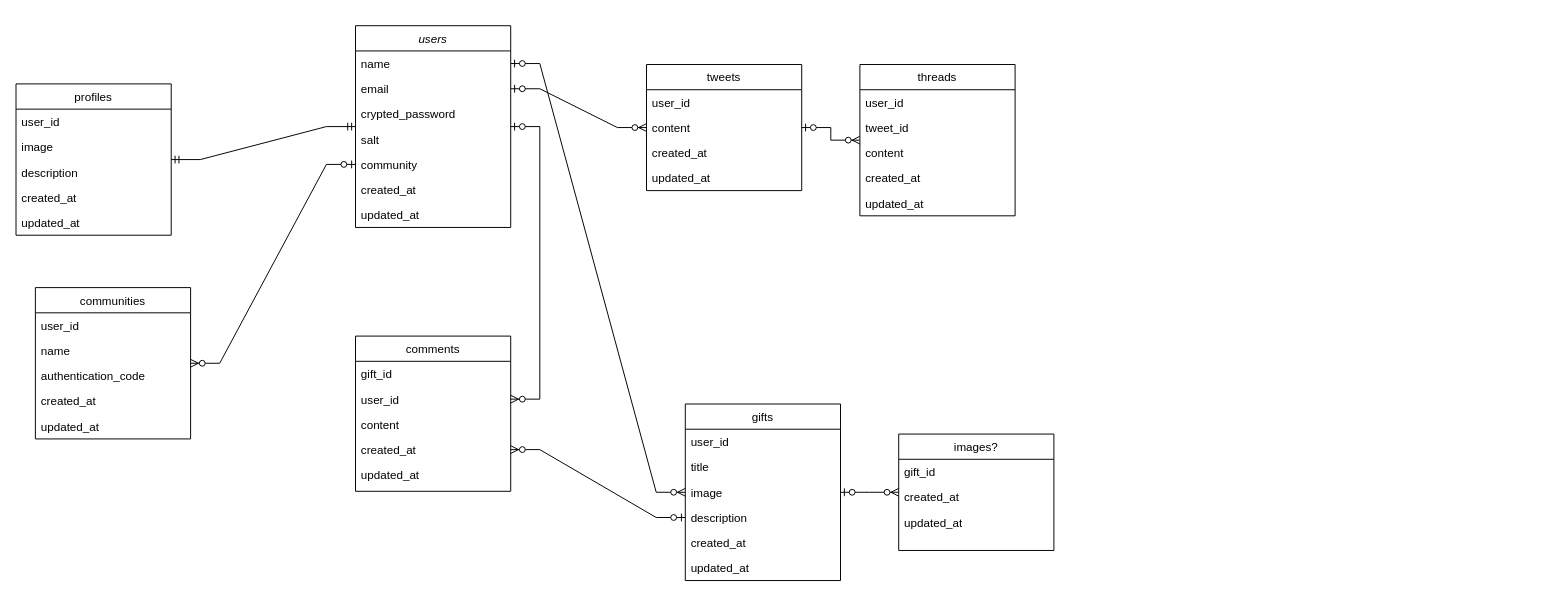
Earlier version of the draw.io diagram Untitled Diagram.drawio (kh-Golden-Retriever/portfolio). Source tidied: cells renumbered, new cells numbered last; positions are measured from the earlier drawing's top-left corner, leaving out a move shared by most shapes. Both pictures are drawn from the tidied source at 97%, with x=0, y=0 at pixel (16, 25).
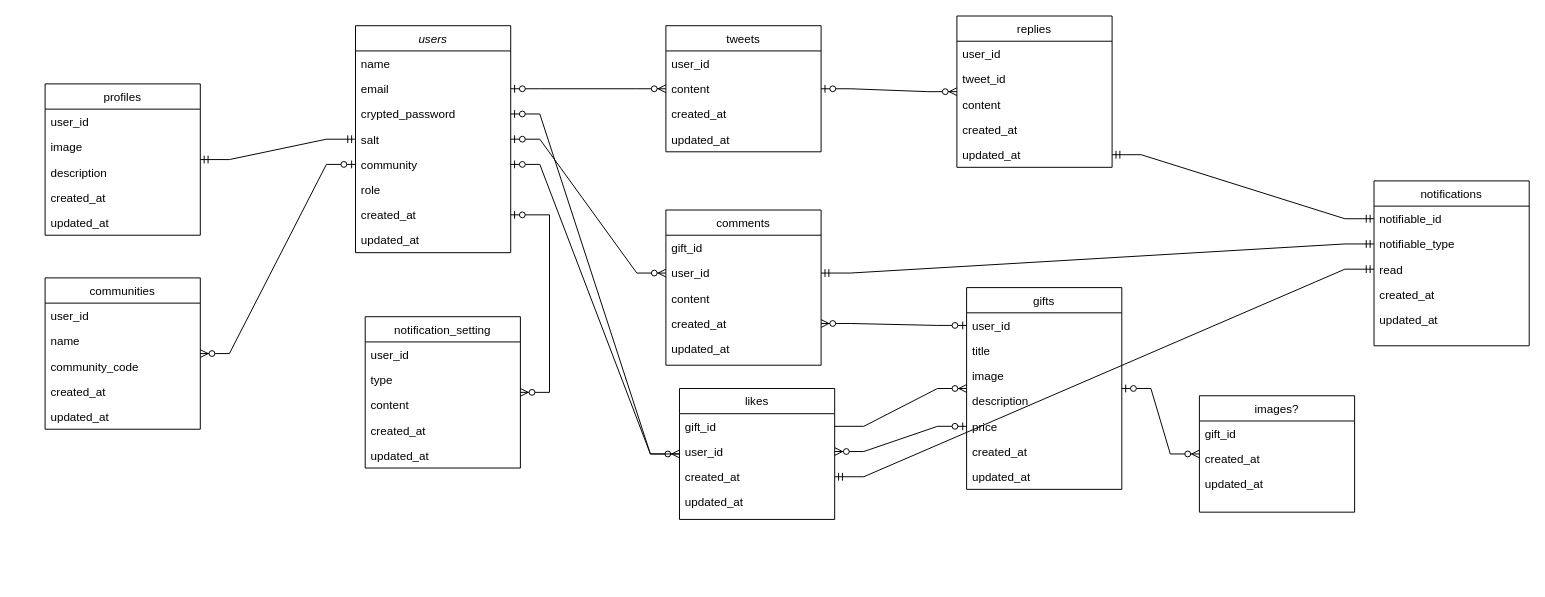
After the change.

The change refers to these unchanged cells:
```xml
<mxCell id="3" value="name" style="text;align=left;verticalAlign=top;spacingLeft=4;spacingRight=4;overflow=hidden;points=[[0,0.5],[1,0.5]];portConstraint=eastwest;" parent="2" vertex="1">
  <mxGeometry y="26" width="160" height="26" as="geometry" />
</mxCell>
<mxCell id="5" value="crypted_password" style="text;align=left;verticalAlign=top;spacingLeft=4;spacingRight=4;overflow=hidden;points=[[0,0.5],[1,0.5]];portConstraint=eastwest;" parent="2" vertex="1">
  <mxGeometry y="78" width="160" height="26" as="geometry" />
</mxCell>
<mxCell id="7" value="community" style="text;align=left;verticalAlign=top;spacingLeft=4;spacingRight=4;overflow=hidden;points=[[0,0.5],[1,0.5]];portConstraint=eastwest;" parent="2" vertex="1">
  <mxGeometry y="130" width="160" height="26" as="geometry" />
</mxCell>
<mxCell id="18" value="user_id" style="text;align=left;verticalAlign=top;spacingLeft=4;spacingRight=4;overflow=hidden;points=[[0,0.5],[1,0.5]];portConstraint=eastwest;rounded=0;shadow=0;html=0;" parent="17" vertex="1">
  <mxGeometry y="26" width="160" height="26" as="geometry" />
</mxCell>
<mxCell id="21" value="description" style="text;align=left;verticalAlign=top;spacingLeft=4;spacingRight=4;overflow=hidden;points=[[0,0.5],[1,0.5]];portConstraint=eastwest;rounded=0;shadow=0;html=0;" parent="17" vertex="1">
  <mxGeometry y="104" width="160" height="26" as="geometry" />
</mxCell>
<mxCell id="26" value="user_id" style="text;align=left;verticalAlign=top;spacingLeft=4;spacingRight=4;overflow=hidden;points=[[0,0.5],[1,0.5]];portConstraint=eastwest;rounded=0;shadow=0;html=0;" parent="24" vertex="1">
  <mxGeometry y="52" width="160" height="26" as="geometry" />
</mxCell>
<mxCell id="28" value="created_at" style="text;align=left;verticalAlign=top;spacingLeft=4;spacingRight=4;overflow=hidden;points=[[0,0.5],[1,0.5]];portConstraint=eastwest;rounded=0;shadow=0;html=0;" parent="24" vertex="1">
  <mxGeometry y="104" width="160" height="26" as="geometry" />
</mxCell>
<mxCell id="48" value="updated_at" style="text;align=left;verticalAlign=top;spacingLeft=4;spacingRight=4;overflow=hidden;points=[[0,0.5],[1,0.5]];portConstraint=eastwest;rounded=0;shadow=0;html=0;" parent="43" vertex="1">
  <mxGeometry y="130" width="160" height="26" as="geometry" />
</mxCell>
```

What changed in the source:
```diff
@@
     <mxCell id="2" value="users" style="swimlane;fontStyle=2;align=center;verticalAlign=top;horizontal=1;startSize=26;rounded=0;shadow=0;strokeWidth=1;" parent="1" vertex="1">
-      <mxGeometry x="350" width="160" height="208" as="geometry" />
+      <mxGeometry x="350" width="160" height="234" as="geometry" />
     </mxCell>
@@
+    <mxCell id="58" value="role" style="text;align=left;verticalAlign=top;spacingLeft=4;spacingRight=4;overflow=hidden;" parent="2" vertex="1">
+      <mxGeometry y="156" width="160" height="26" as="geometry" />
+    </mxCell>
     <mxCell id="8" value="created_at" style="text;align=left;verticalAlign=top;spacingLeft=4;spacingRight=4;overflow=hidden;points=[[0,0.5],[1,0.5]];portConstraint=eastwest;rounded=0;shadow=0;html=0;" parent="2" vertex="1">
-      <mxGeometry y="156" width="160" height="26" as="geometry" />
+      <mxGeometry y="182" width="160" height="26" as="geometry" />
     </mxCell>
     <mxCell id="9" value="updated_at" style="text;align=left;verticalAlign=top;spacingLeft=4;spacingRight=4;overflow=hidden;rounded=0;shadow=0;html=0;" parent="2" vertex="1">
-      <mxGeometry y="182" width="160" height="26" as="geometry" />
+      <mxGeometry y="208" width="160" height="26" as="geometry" />
     </mxCell>
     <mxCell id="10" value="profiles" style="swimlane;fontStyle=0;align=center;verticalAlign=top;horizontal=1;startSize=26;rounded=0;shadow=0;strokeWidth=1;" parent="1" vertex="1">
-      <mxGeometry y="60" width="160" height="156" as="geometry" />
+      <mxGeometry x="30" y="60" width="160" height="156" as="geometry" />
     </mxCell>
@@
     <mxCell id="17" value="gifts" style="swimlane;fontStyle=0;align=center;verticalAlign=top;horizontal=1;startSize=26;rounded=0;shadow=0;strokeWidth=1;" parent="1" vertex="1">
-      <mxGeometry x="690" y="390" width="160" height="182" as="geometry" />
+      <mxGeometry x="980" y="270" width="160" height="208" as="geometry" />
     </mxCell>
@@
+    <mxCell id="59" value="price" style="text;align=left;verticalAlign=top;spacingLeft=4;spacingRight=4;overflow=hidden;points=[[0,0.5],[1,0.5]];portConstraint=eastwest;rounded=0;shadow=0;html=0;" parent="17" vertex="1">
+      <mxGeometry y="130" width="160" height="26" as="geometry" />
+    </mxCell>
     <mxCell id="22" value="created_at" style="text;align=left;verticalAlign=top;spacingLeft=4;spacingRight=4;overflow=hidden;rounded=0;shadow=0;html=0;" parent="17" vertex="1">
-      <mxGeometry y="130" width="160" height="26" as="geometry" />
+      <mxGeometry y="156" width="160" height="26" as="geometry" />
     </mxCell>
     <mxCell id="23" value="updated_at" style="text;align=left;verticalAlign=top;spacingLeft=4;spacingRight=4;overflow=hidden;rounded=0;shadow=0;html=0;" parent="17" vertex="1">
-      <mxGeometry y="156" width="160" height="26" as="geometry" />
+      <mxGeometry y="182" width="160" height="26" as="geometry" />
     </mxCell>
     <mxCell id="24" value="comments" style="swimlane;fontStyle=0;align=center;verticalAlign=top;horizontal=1;startSize=26;rounded=0;shadow=0;strokeWidth=1;" parent="1" vertex="1">
-      <mxGeometry x="350" y="320" width="160" height="160" as="geometry" />
+      <mxGeometry x="670" y="190" width="160" height="160" as="geometry" />
     </mxCell>
@@
     <mxCell id="30" value="images?" style="swimlane;fontStyle=0;align=center;verticalAlign=top;horizontal=1;startSize=26;rounded=0;shadow=0;strokeWidth=1;" parent="1" vertex="1">
-      <mxGeometry x="910" y="421" width="160" height="120" as="geometry" />
+      <mxGeometry x="1220" y="381.5" width="160" height="120" as="geometry" />
     </mxCell>
@@
-    <mxCell id="35" style="edgeStyle=entityRelationEdgeStyle;fontSize=12;html=1;endArrow=ERzeroToMany;startArrow=ERzeroToOne;rounded=0;" parent="1" edge="1" source="3" target="17">
+    <mxCell id="35" style="edgeStyle=entityRelationEdgeStyle;fontSize=12;html=1;endArrow=ERzeroToMany;startArrow=none;rounded=0;" parent="1" edge="1" source="79" target="17">
       <mxGeometry relative="1" as="geometry" />
     </mxCell>
-    <mxCell id="36" style="edgeStyle=entityRelationEdgeStyle;fontSize=12;html=1;endArrow=ERzeroToMany;startArrow=ERzeroToOne;rounded=0;" parent="1" edge="1" source="21" target="28">
+    <mxCell id="36" style="edgeStyle=entityRelationEdgeStyle;fontSize=12;html=1;endArrow=ERzeroToMany;startArrow=ERzeroToOne;rounded=0;" parent="1" edge="1" source="18" target="28">
       <mxGeometry relative="1" as="geometry" />
     </mxCell>
@@
     <mxCell id="38" value="tweets" style="swimlane;fontStyle=0;align=center;verticalAlign=top;horizontal=1;startSize=26;rounded=0;shadow=0;strokeWidth=1;" parent="1" vertex="1">
-      <mxGeometry x="650" y="40" width="160" height="130" as="geometry" />
+      <mxGeometry x="670" width="160" height="130" as="geometry" />
     </mxCell>
@@
-    <mxCell id="43" value="threads" style="swimlane;fontStyle=0;align=center;verticalAlign=top;horizontal=1;startSize=26;rounded=0;shadow=0;strokeWidth=1;" parent="1" vertex="1">
-      <mxGeometry x="870" y="40" width="160" height="156" as="geometry" />
+    <mxCell id="43" value="replies" style="swimlane;fontStyle=0;align=center;verticalAlign=top;horizontal=1;startSize=26;rounded=0;shadow=0;strokeWidth=1;" parent="1" vertex="1">
+      <mxGeometry x="970" y="-10" width="160" height="156" as="geometry" />
     </mxCell>
@@
     <mxCell id="51" value="communities" style="swimlane;fontStyle=0;align=center;verticalAlign=top;horizontal=1;startSize=26;rounded=0;shadow=0;strokeWidth=1;" parent="1" vertex="1">
-      <mxGeometry x="20" y="270" width="160" height="156" as="geometry" />
+      <mxGeometry x="30" y="260" width="160" height="156" as="geometry" />
     </mxCell>
@@
-    <mxCell id="54" value="authentication_code" style="text;align=left;verticalAlign=top;spacingLeft=4;spacingRight=4;overflow=hidden;rounded=0;shadow=0;html=0;" parent="51" vertex="1">
+    <mxCell id="54" value="community_code" style="text;align=left;verticalAlign=top;spacingLeft=4;spacingRight=4;overflow=hidden;rounded=0;shadow=0;html=0;" parent="51" vertex="1">
       <mxGeometry y="78" width="160" height="26" as="geometry" />
     </mxCell>
@@
+    <mxCell id="60" style="edgeStyle=entityRelationEdgeStyle;fontSize=12;html=1;endArrow=ERzeroToMany;startArrow=ERzeroToOne;rounded=0;" parent="1" edge="1" source="7" target="78">
+      <mxGeometry relative="1" as="geometry" />
+    </mxCell>
+    <mxCell id="61" style="edgeStyle=entityRelationEdgeStyle;fontSize=12;html=1;endArrow=ERzeroToMany;startArrow=ERzeroToOne;rounded=0;" parent="1" edge="1" source="59" target="80">
+      <mxGeometry relative="1" as="geometry" />
+    </mxCell>
+    <mxCell id="62" value="notifications" style="swimlane;fontStyle=0;align=center;verticalAlign=top;horizontal=1;startSize=26;rounded=0;shadow=0;strokeWidth=1;" parent="1" vertex="1">
+      <mxGeometry x="1400" y="160" width="160" height="170" as="geometry" />
+    </mxCell>
+    <mxCell id="63" value="notifiable_id" style="text;align=left;verticalAlign=top;spacingLeft=4;spacingRight=4;overflow=hidden;points=[[0,0.5],[1,0.5]];portConstraint=eastwest;rounded=0;shadow=0;html=0;" parent="62" vertex="1">
+      <mxGeometry y="26" width="160" height="26" as="geometry" />
+    </mxCell>
+    <mxCell id="64" value="notifiable_type" style="text;align=left;verticalAlign=top;spacingLeft=4;spacingRight=4;overflow=hidden;points=[[0,0.5],[1,0.5]];portConstraint=eastwest;rounded=0;shadow=0;html=0;" parent="62" vertex="1">
+      <mxGeometry y="52" width="160" height="26" as="geometry" />
+    </mxCell>
+    <mxCell id="65" value="read" style="text;align=left;verticalAlign=top;spacingLeft=4;spacingRight=4;overflow=hidden;points=[[0,0.5],[1,0.5]];portConstraint=eastwest;rounded=0;shadow=0;html=0;" parent="62" vertex="1">
+      <mxGeometry y="78" width="160" height="26" as="geometry" />
+    </mxCell>
+    <mxCell id="66" value="created_at" style="text;align=left;verticalAlign=top;spacingLeft=4;spacingRight=4;overflow=hidden;rounded=0;shadow=0;html=0;" parent="62" vertex="1">
+      <mxGeometry y="104" width="160" height="26" as="geometry" />
+    </mxCell>
+    <mxCell id="67" value="updated_at" style="text;align=left;verticalAlign=top;spacingLeft=4;spacingRight=4;overflow=hidden;rounded=0;shadow=0;html=0;" parent="62" vertex="1">
+      <mxGeometry y="130" width="160" height="26" as="geometry" />
+    </mxCell>
+    <mxCell id="68" value="notification_setting" style="swimlane;fontStyle=0;align=center;verticalAlign=top;horizontal=1;startSize=26;rounded=0;shadow=0;strokeWidth=1;" parent="1" vertex="1">
+      <mxGeometry x="360" y="300" width="160" height="156" as="geometry" />
+    </mxCell>
+    <mxCell id="69" value="user_id" style="text;align=left;verticalAlign=top;spacingLeft=4;spacingRight=4;overflow=hidden;rounded=0;shadow=0;html=0;" parent="68" vertex="1">
+      <mxGeometry y="26" width="160" height="26" as="geometry" />
+    </mxCell>
+    <mxCell id="70" value="type" style="text;align=left;verticalAlign=top;spacingLeft=4;spacingRight=4;overflow=hidden;rounded=0;shadow=0;html=0;" parent="68" vertex="1">
+      <mxGeometry y="52" width="160" height="26" as="geometry" />
+    </mxCell>
+    <mxCell id="71" value="content" style="text;align=left;verticalAlign=top;spacingLeft=4;spacingRight=4;overflow=hidden;rounded=0;shadow=0;html=0;" parent="68" vertex="1">
+      <mxGeometry y="78" width="160" height="26" as="geometry" />
+    </mxCell>
+    <mxCell id="72" value="created_at" style="text;align=left;verticalAlign=top;spacingLeft=4;spacingRight=4;overflow=hidden;rounded=0;shadow=0;html=0;" parent="68" vertex="1">
+      <mxGeometry y="104" width="160" height="26" as="geometry" />
+    </mxCell>
+    <mxCell id="73" value="updated_at" style="text;align=left;verticalAlign=top;spacingLeft=4;spacingRight=4;overflow=hidden;rounded=0;shadow=0;html=0;" parent="68" vertex="1">
+      <mxGeometry y="130" width="160" height="26" as="geometry" />
+    </mxCell>
+    <mxCell id="74" style="edgeStyle=entityRelationEdgeStyle;fontSize=12;html=1;endArrow=ERzeroToMany;startArrow=ERzeroToOne;rounded=0;" parent="1" edge="1" source="8" target="68">
+      <mxGeometry relative="1" as="geometry" />
+    </mxCell>
+    <mxCell id="75" style="edgeStyle=entityRelationEdgeStyle;fontSize=12;html=1;endArrow=ERmandOne;startArrow=ERmandOne;rounded=0;" parent="1" edge="1" source="81" target="65">
+      <mxGeometry relative="1" as="geometry" />
+    </mxCell>
+    <mxCell id="76" style="edgeStyle=entityRelationEdgeStyle;fontSize=12;html=1;endArrow=ERmandOne;startArrow=ERmandOne;rounded=0;" parent="1" edge="1" source="26" target="64">
+      <mxGeometry relative="1" as="geometry" />
+    </mxCell>
+    <mxCell id="77" style="edgeStyle=entityRelationEdgeStyle;fontSize=12;html=1;endArrow=ERmandOne;startArrow=ERmandOne;rounded=0;" parent="1" edge="1" source="48" target="63">
+      <mxGeometry relative="1" as="geometry" />
+    </mxCell>
+    <mxCell id="78" value="likes" style="swimlane;fontStyle=0;align=center;verticalAlign=top;horizontal=1;startSize=26;rounded=0;shadow=0;strokeWidth=1;" parent="1" vertex="1">
+      <mxGeometry x="684" y="374" width="160" height="135" as="geometry" />
+    </mxCell>
+    <mxCell id="79" value="gift_id" style="text;align=left;verticalAlign=top;spacingLeft=4;spacingRight=4;overflow=hidden;points=[[0,0.5],[1,0.5]];portConstraint=eastwest;rounded=0;shadow=0;html=0;" parent="78" vertex="1">
+      <mxGeometry y="26" width="160" height="26" as="geometry" />
+    </mxCell>
+    <mxCell id="80" value="user_id" style="text;align=left;verticalAlign=top;spacingLeft=4;spacingRight=4;overflow=hidden;points=[[0,0.5],[1,0.5]];portConstraint=eastwest;rounded=0;shadow=0;html=0;" parent="78" vertex="1">
+      <mxGeometry y="52" width="160" height="26" as="geometry" />
+    </mxCell>
+    <mxCell id="81" value="created_at" style="text;align=left;verticalAlign=top;spacingLeft=4;spacingRight=4;overflow=hidden;points=[[0,0.5],[1,0.5]];portConstraint=eastwest;rounded=0;shadow=0;html=0;" parent="78" vertex="1">
+      <mxGeometry y="78" width="160" height="26" as="geometry" />
+    </mxCell>
+    <mxCell id="82" value="updated_at" style="text;align=left;verticalAlign=top;spacingLeft=4;spacingRight=4;overflow=hidden;rounded=0;shadow=0;html=0;" parent="78" vertex="1">
+      <mxGeometry y="104" width="160" height="26" as="geometry" />
+    </mxCell>
+    <mxCell id="83" style="edgeStyle=entityRelationEdgeStyle;fontSize=12;html=1;endArrow=none;startArrow=ERzeroToOne;rounded=0;" parent="1" edge="1" source="5" target="78">
+      <mxGeometry relative="1" as="geometry" />
+    </mxCell>
```
